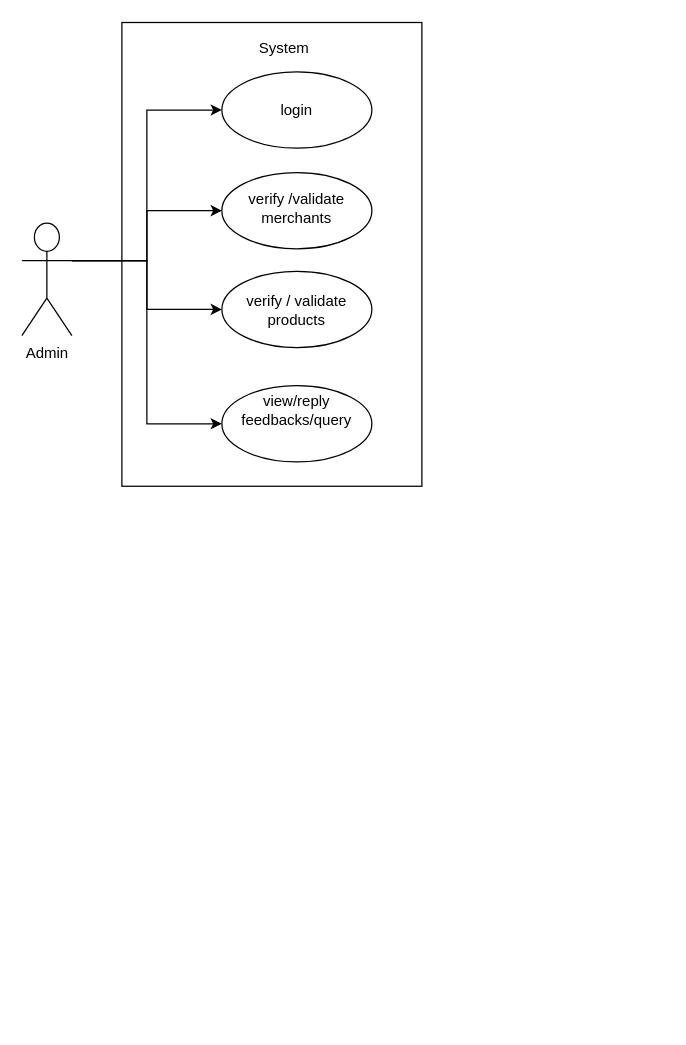
MohitBurkule/uml-diagrams keeps this draw.io diagram as page "Admin" (2 of 3) of amazon_admin.drawio. Above is the earlier version. Source tidied: cells renumbered, new cells numbered last; positions are measured from the earlier drawing's top-left corner, leaving out a move shared by most shapes. Both pictures are drawn from the tidied source at 125%, with x=0, y=0 at pixel (21, 22).
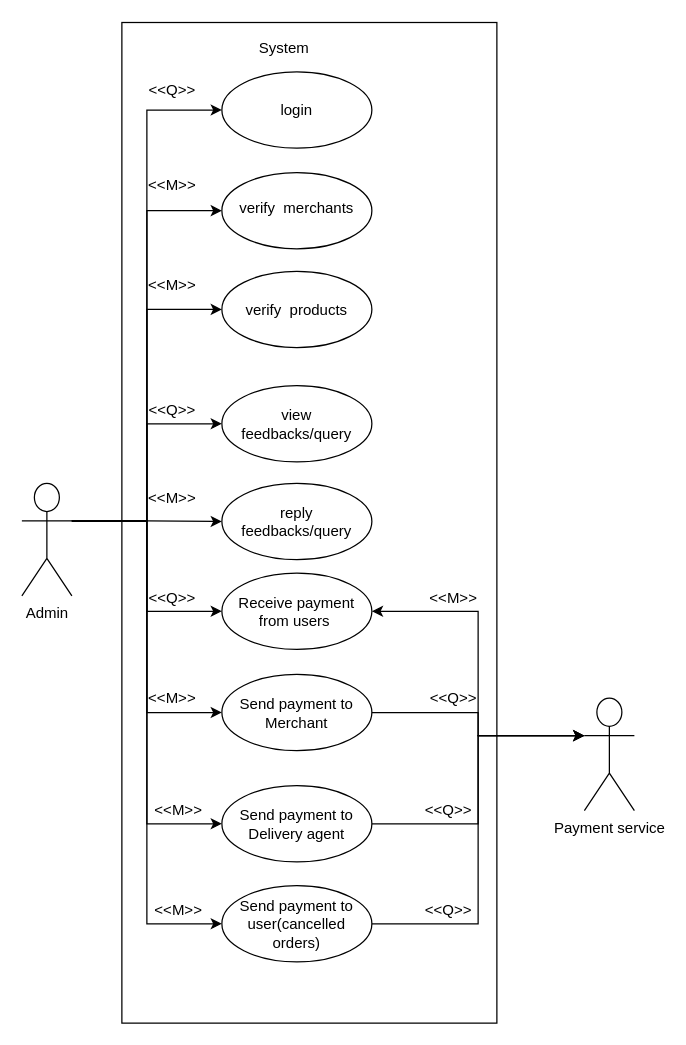
The same diagram, later.

Change to the diagram source:
```diff
@@
     <mxCell id="2" style="rounded=0;whiteSpace=wrap;html=1;" parent="1" vertex="1">
-      <mxGeometry x="80" y="-0.5" width="240" height="371" as="geometry" />
+      <mxGeometry x="80" y="-0.5" width="300" height="800.5" as="geometry" />
     </mxCell>
-    <mxCell id="3" style="ellipse;whiteSpace=wrap;html=1;" parent="1" vertex="1">
-      <mxGeometry x="160" y="290" width="120" height="61" as="geometry" />
-    </mxCell>
@@
+    <mxCell id="17" style="edgeStyle=orthogonalEdgeStyle;rounded=0;jettySize=auto;html=1;exitX=1;exitY=0.3333333333333333;exitDx=0;exitDy=0;exitPerimeter=0;entryX=0;entryY=0.5;entryDx=0;entryDy=0;" parent="1" edge="1" source="11" target="30">
+      <mxGeometry relative="1" as="geometry" />
+    </mxCell>
+    <mxCell id="18" style="edgeStyle=orthogonalEdgeStyle;rounded=0;jettySize=auto;html=1;exitX=1;exitY=0.3333333333333333;exitDx=0;exitDy=0;exitPerimeter=0;entryX=0;entryY=0.5;entryDx=0;entryDy=0;" parent="1" edge="1" source="11" target="24">
+      <mxGeometry relative="1" as="geometry" />
+    </mxCell>
+    <mxCell id="19" style="edgeStyle=orthogonalEdgeStyle;rounded=0;jettySize=auto;html=1;exitX=1;exitY=0.3333333333333333;exitDx=0;exitDy=0;exitPerimeter=0;entryX=0;entryY=0.5;entryDx=0;entryDy=0;" parent="1" edge="1" source="11" target="27">
+      <mxGeometry relative="1" as="geometry" />
+    </mxCell>
+    <mxCell id="20" style="edgeStyle=orthogonalEdgeStyle;rounded=0;jettySize=auto;html=1;exitX=1;exitY=0.3333333333333333;exitDx=0;exitDy=0;exitPerimeter=0;entryX=0;entryY=0.5;entryDx=0;entryDy=0;" parent="1" edge="1" source="11" target="36">
+      <mxGeometry relative="1" as="geometry" />
+    </mxCell>
+    <mxCell id="21" style="edgeStyle=orthogonalEdgeStyle;rounded=0;jettySize=auto;html=1;exitX=1;exitY=0.3333333333333333;exitDx=0;exitDy=0;exitPerimeter=0;entryX=0;entryY=0.5;entryDx=0;entryDy=0;" parent="1" edge="1" source="11" target="33">
+      <mxGeometry relative="1" as="geometry" />
+    </mxCell>
     <mxCell id="11" value="Admin" style="shape=umlActor;verticalLabelPosition=bottom;labelBackgroundColor=#ffffff;verticalAlign=top;html=1;" parent="1" vertex="1">
-      <mxGeometry y="160" width="40" height="90" as="geometry" />
+      <mxGeometry y="368.2" width="40" height="90" as="geometry" />
     </mxCell>
@@
-    <mxCell id="13" value="verify / validate products" style="text;html=1;strokeColor=none;fillColor=none;align=center;verticalAlign=middle;whiteSpace=wrap;rounded=0;" parent="1" vertex="1">
+    <mxCell id="13" value="verify&amp;nbsp; products" style="text;html=1;strokeColor=none;fillColor=none;align=center;verticalAlign=middle;whiteSpace=wrap;rounded=0;" parent="1" vertex="1">
       <mxGeometry x="170" y="210" width="100" height="40" as="geometry" />
     </mxCell>
-    <mxCell id="14" value="verify /validate merchants" style="text;html=1;strokeColor=none;fillColor=none;align=center;verticalAlign=middle;whiteSpace=wrap;rounded=0;" parent="1" vertex="1">
+    <mxCell id="14" value="verify&amp;nbsp; merchants" style="text;html=1;strokeColor=none;fillColor=none;align=center;verticalAlign=middle;whiteSpace=wrap;rounded=0;" parent="1" vertex="1">
       <mxGeometry x="170" y="127.5" width="100" height="40" as="geometry" />
     </mxCell>
+    <mxCell id="16" value="System" style="text;html=1;strokeColor=none;fillColor=none;align=center;verticalAlign=middle;whiteSpace=wrap;rounded=0;" parent="1" vertex="1">
+      <mxGeometry x="190" y="10" width="40" height="20" as="geometry" />
+    </mxCell>
+    <mxCell id="22" style="group;" parent="1" vertex="1">
+      <mxGeometry x="160" y="290" width="120" height="61" as="geometry" />
+    </mxCell>
+    <mxCell id="3" style="ellipse;whiteSpace=wrap;html=1;" parent="22" vertex="1">
+      <mxGeometry width="120" height="61" as="geometry" />
+    </mxCell>
-    <mxCell id="15" value="view/reply feedbacks/query" style="text;html=1;strokeColor=none;fillColor=none;align=center;verticalAlign=middle;whiteSpace=wrap;rounded=0;" parent="1" vertex="1">
-      <mxGeometry x="170" y="290" width="100" height="40" as="geometry" />
+    <mxCell id="15" value="view feedbacks/query" style="text;html=1;strokeColor=none;fillColor=none;align=center;verticalAlign=middle;whiteSpace=wrap;rounded=0;" parent="22" vertex="1">
+      <mxGeometry x="10" y="10.5" width="100" height="40" as="geometry" />
     </mxCell>
-    <mxCell id="16" value="System" style="text;html=1;strokeColor=none;fillColor=none;align=center;verticalAlign=middle;whiteSpace=wrap;rounded=0;" parent="1" vertex="1">
-      <mxGeometry x="190" y="10" width="40" height="20" as="geometry" />
-    </mxCell>
+    <mxCell id="23" style="group;" parent="1" vertex="1">
+      <mxGeometry x="160" y="440" width="120" height="61" as="geometry" />
+    </mxCell>
+    <mxCell id="24" style="ellipse;whiteSpace=wrap;html=1;" parent="23" vertex="1">
+      <mxGeometry width="120" height="61" as="geometry" />
+    </mxCell>
+    <mxCell id="25" value="Receive payment from users&amp;nbsp;" style="text;html=1;strokeColor=none;fillColor=none;align=center;verticalAlign=middle;whiteSpace=wrap;rounded=0;" parent="23" vertex="1">
+      <mxGeometry x="10" y="10.5" width="100" height="40" as="geometry" />
+    </mxCell>
+    <mxCell id="26" style="group;" parent="1" vertex="1">
+      <mxGeometry x="160" y="521" width="120" height="61" as="geometry" />
+    </mxCell>
+    <mxCell id="27" style="ellipse;whiteSpace=wrap;html=1;" parent="26" vertex="1">
+      <mxGeometry width="120" height="61" as="geometry" />
+    </mxCell>
+    <mxCell id="28" value="Send payment to Merchant" style="text;html=1;strokeColor=none;fillColor=none;align=center;verticalAlign=middle;whiteSpace=wrap;rounded=0;" parent="26" vertex="1">
+      <mxGeometry x="10" y="10.5" width="100" height="40" as="geometry" />
+    </mxCell>
+    <mxCell id="29" style="group;" parent="1" vertex="1">
+      <mxGeometry x="160" y="368.2" width="120" height="61" as="geometry" />
+    </mxCell>
+    <mxCell id="30" style="ellipse;whiteSpace=wrap;html=1;" parent="29" vertex="1">
+      <mxGeometry width="120" height="61" as="geometry" />
+    </mxCell>
+    <mxCell id="31" value="reply feedbacks/query" style="text;html=1;strokeColor=none;fillColor=none;align=center;verticalAlign=middle;whiteSpace=wrap;rounded=0;" parent="29" vertex="1">
+      <mxGeometry x="10" y="10.5" width="100" height="40" as="geometry" />
+    </mxCell>
+    <mxCell id="32" style="group;" parent="1" vertex="1">
+      <mxGeometry x="160" y="690" width="120" height="61" as="geometry" />
+    </mxCell>
+    <mxCell id="33" style="ellipse;whiteSpace=wrap;html=1;" parent="32" vertex="1">
+      <mxGeometry width="120" height="61" as="geometry" />
+    </mxCell>
+    <mxCell id="34" value="Send payment to user(cancelled orders)" style="text;html=1;strokeColor=none;fillColor=none;align=center;verticalAlign=middle;whiteSpace=wrap;rounded=0;" parent="32" vertex="1">
+      <mxGeometry x="10" y="10.5" width="100" height="40" as="geometry" />
+    </mxCell>
+    <mxCell id="35" style="group;" parent="1" vertex="1">
+      <mxGeometry x="160" y="610" width="120" height="61" as="geometry" />
+    </mxCell>
+    <mxCell id="36" style="ellipse;whiteSpace=wrap;html=1;" parent="35" vertex="1">
+      <mxGeometry width="120" height="61" as="geometry" />
+    </mxCell>
+    <mxCell id="37" value="Send payment to Delivery agent" style="text;html=1;strokeColor=none;fillColor=none;align=center;verticalAlign=middle;whiteSpace=wrap;rounded=0;" parent="35" vertex="1">
+      <mxGeometry x="10" y="10.5" width="100" height="40" as="geometry" />
+    </mxCell>
+    <mxCell id="38" style="edgeStyle=orthogonalEdgeStyle;rounded=0;jettySize=auto;html=1;exitX=0;exitY=0.3333333333333333;exitDx=0;exitDy=0;exitPerimeter=0;entryX=1;entryY=0.5;entryDx=0;entryDy=0;" parent="1" edge="1" source="39" target="24">
+      <mxGeometry relative="1" as="geometry" />
+    </mxCell>
+    <mxCell id="39" value="Payment service" style="shape=umlActor;verticalLabelPosition=bottom;labelBackgroundColor=#ffffff;verticalAlign=top;html=1;" parent="1" vertex="1">
+      <mxGeometry x="450" y="540" width="40" height="90" as="geometry" />
+    </mxCell>
+    <mxCell id="40" style="edgeStyle=orthogonalEdgeStyle;rounded=0;jettySize=auto;html=1;exitX=1;exitY=0.5;exitDx=0;exitDy=0;entryX=0;entryY=0.3333333333333333;entryDx=0;entryDy=0;entryPerimeter=0;" parent="1" edge="1" source="27" target="39">
+      <mxGeometry relative="1" as="geometry" />
+    </mxCell>
+    <mxCell id="41" style="edgeStyle=orthogonalEdgeStyle;rounded=0;jettySize=auto;html=1;exitX=1;exitY=0.5;exitDx=0;exitDy=0;entryX=0;entryY=0.3333333333333333;entryDx=0;entryDy=0;entryPerimeter=0;" parent="1" edge="1" source="36" target="39">
+      <mxGeometry relative="1" as="geometry" />
+    </mxCell>
+    <mxCell id="42" style="edgeStyle=orthogonalEdgeStyle;rounded=0;jettySize=auto;html=1;exitX=1;exitY=0.5;exitDx=0;exitDy=0;entryX=0;entryY=0.3333333333333333;entryDx=0;entryDy=0;entryPerimeter=0;" parent="1" edge="1" source="33" target="39">
+      <mxGeometry relative="1" as="geometry" />
+    </mxCell>
+    <mxCell id="43" value="&amp;lt;&amp;lt;Q&amp;gt;&amp;gt;" style="text;html=1;align=center;verticalAlign=middle;fillColor=none;strokeColor=none;rounded=0;" parent="1" vertex="1">
+      <mxGeometry x="95" y="44.4" width="50" height="20" as="geometry" />
+    </mxCell>
+    <mxCell id="44" value="&amp;lt;&amp;lt;M&amp;gt;&amp;gt;" style="text;html=1;align=center;verticalAlign=middle;fillColor=none;strokeColor=none;rounded=0;" parent="1" vertex="1">
+      <mxGeometry x="95" y="119.5" width="50" height="20" as="geometry" />
+    </mxCell>
+    <mxCell id="45" value="&amp;lt;&amp;lt;M&amp;gt;&amp;gt;" style="text;html=1;align=center;verticalAlign=middle;fillColor=none;strokeColor=none;rounded=0;" parent="1" vertex="1">
+      <mxGeometry x="95" y="200" width="50" height="20" as="geometry" />
+    </mxCell>
+    <mxCell id="46" value="&amp;lt;&amp;lt;M&amp;gt;&amp;gt;" style="text;html=1;align=center;verticalAlign=middle;fillColor=none;strokeColor=none;rounded=0;" parent="1" vertex="1">
+      <mxGeometry x="95" y="370" width="50" height="20" as="geometry" />
+    </mxCell>
+    <mxCell id="47" value="&amp;lt;&amp;lt;Q&amp;gt;&amp;gt;" style="text;html=1;align=center;verticalAlign=middle;fillColor=none;strokeColor=none;rounded=0;" parent="1" vertex="1">
+      <mxGeometry x="95" y="300" width="50" height="20" as="geometry" />
+    </mxCell>
+    <mxCell id="48" value="&amp;lt;&amp;lt;M&amp;gt;&amp;gt;" style="text;html=1;align=center;verticalAlign=middle;fillColor=none;strokeColor=none;rounded=0;" parent="1" vertex="1">
+      <mxGeometry x="95" y="530" width="50" height="20" as="geometry" />
+    </mxCell>
+    <mxCell id="49" value="&amp;lt;&amp;lt;Q&amp;gt;&amp;gt;" style="text;html=1;align=center;verticalAlign=middle;fillColor=none;strokeColor=none;rounded=0;" parent="1" vertex="1">
+      <mxGeometry x="95" y="450" width="50" height="20" as="geometry" />
+    </mxCell>
+    <mxCell id="50" value="&amp;lt;&amp;lt;Q&amp;gt;&amp;gt;" style="text;html=1;align=center;verticalAlign=middle;fillColor=none;strokeColor=none;rounded=0;" parent="1" vertex="1">
+      <mxGeometry x="320" y="530" width="50" height="20" as="geometry" />
+    </mxCell>
+    <mxCell id="51" value="&amp;lt;&amp;lt;M&amp;gt;&amp;gt;" style="text;html=1;align=center;verticalAlign=middle;fillColor=none;strokeColor=none;rounded=0;" parent="1" vertex="1">
+      <mxGeometry x="320" y="450" width="50" height="20" as="geometry" />
+    </mxCell>
+    <mxCell id="52" value="&amp;lt;&amp;lt;M&amp;gt;&amp;gt;" style="text;html=1;align=center;verticalAlign=middle;fillColor=none;strokeColor=none;rounded=0;" parent="1" vertex="1">
+      <mxGeometry x="100" y="700" width="50" height="20" as="geometry" />
+    </mxCell>
+    <mxCell id="53" value="&amp;lt;&amp;lt;M&amp;gt;&amp;gt;" style="text;html=1;align=center;verticalAlign=middle;fillColor=none;strokeColor=none;rounded=0;" parent="1" vertex="1">
+      <mxGeometry x="100" y="620" width="50" height="20" as="geometry" />
+    </mxCell>
+    <mxCell id="54" value="&amp;lt;&amp;lt;Q&amp;gt;&amp;gt;" style="text;html=1;align=center;verticalAlign=middle;fillColor=none;strokeColor=none;rounded=0;" parent="1" vertex="1">
+      <mxGeometry x="316" y="620" width="50" height="20" as="geometry" />
+    </mxCell>
+    <mxCell id="55" value="&amp;lt;&amp;lt;Q&amp;gt;&amp;gt;" style="text;html=1;align=center;verticalAlign=middle;fillColor=none;strokeColor=none;rounded=0;" parent="1" vertex="1">
+      <mxGeometry x="316" y="700" width="50" height="20" as="geometry" />
+    </mxCell>
```
